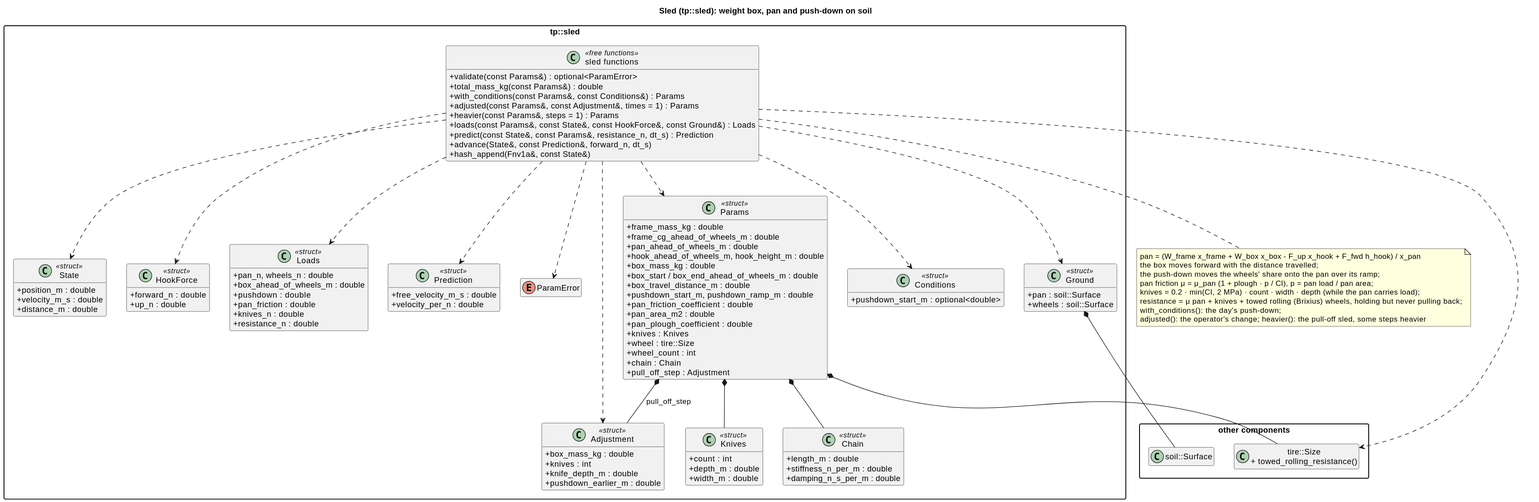
Before: docs/diagrams/svg/sled_classes.svg, a diagram exported from PlantUML (wversteeg/TractorPulling).
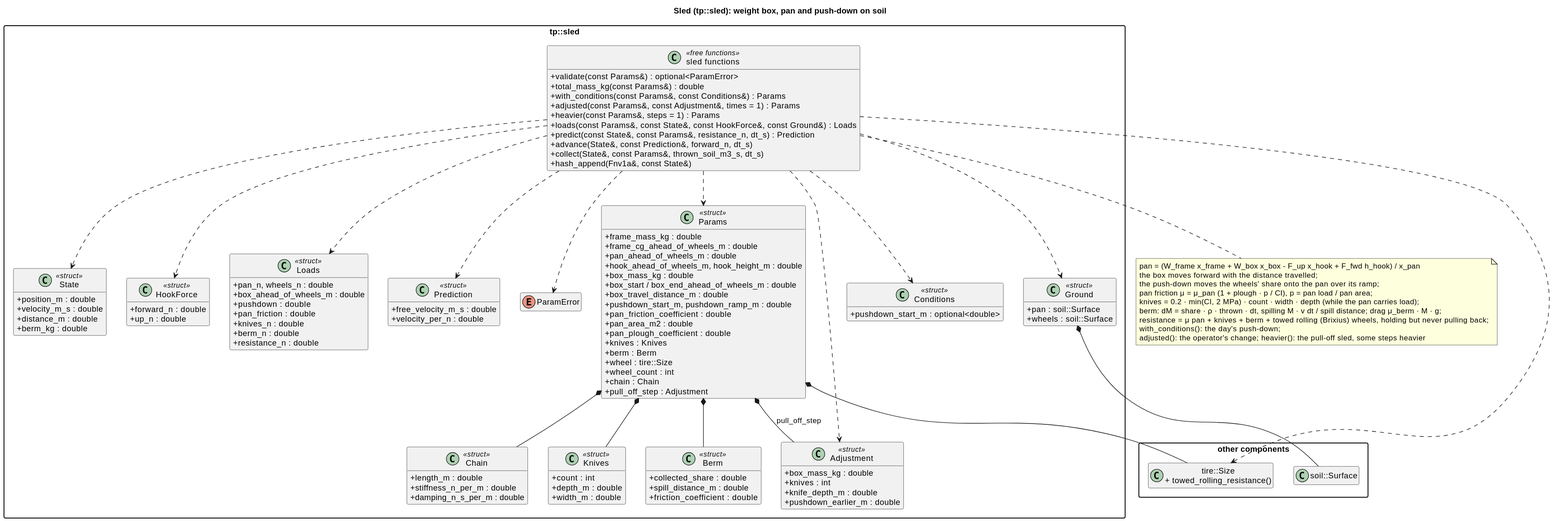
Above is the later version.

Change to the diagram source:
```diff
@@ -23,6 +23,7 @@
     +pan_area_m2 : double
     +pan_plough_coefficient : double
     +knives : Knives
+    +berm : Berm
     +wheel : tire::Size
     +wheel_count : int
     +chain : Chain
@@ -32,6 +33,11 @@
     +count : int
     +depth_m : double
     +width_m : double
+  }
+  class Berm <<struct>> {
+    +collected_share : double
+    +spill_distance_m : double
+    +friction_coefficient : double
   }
   class Adjustment <<struct>> {
     +box_mass_kg : double
@@ -55,6 +61,7 @@
     +position_m : double
     +velocity_m_s : double
     +distance_m : double
+    +berm_kg : double
   }
   class HookForce <<struct>> {
     +forward_n : double
@@ -66,6 +73,7 @@
     +pushdown : double
     +pan_friction : double
     +knives_n : double
+    +berm_n : double
     +resistance_n : double
   }
   class Prediction <<struct>> {
@@ -82,10 +90,12 @@
     +loads(const Params&, const State&, const HookForce&, const Ground&) : Loads
     +predict(const State&, const Params&, resistance_n, dt_s) : Prediction
     +advance(State&, const Prediction&, forward_n, dt_s)
+    +collect(State&, const Params&, thrown_soil_m3_s, dt_s)
     +hash_append(Fnv1a&, const State&)
   }
   Params *-- Chain
   Params *-- Knives
+  Params *-- Berm
   Params *-- Adjustment : pull_off_step
   SledFns ..> Adjustment
   SledFns ..> Params
@@ -103,7 +113,8 @@
   the push-down moves the wheels' share onto the pan over its ramp;
   pan friction μ = μ_pan (1 + plough · p / CI), p = pan load / pan area;
   knives = 0.2 · min(CI, 2 MPa) · count · width · depth (while the pan carries load);
-  resistance = μ pan + knives + towed rolling (Brixius) wheels, holding but never pulling back;
+  berm: dM = share · ρ · thrown · dt, spilling M · v dt / spill distance; drag μ_berm · M · g;
+  resistance = μ pan + knives + berm + towed rolling (Brixius) wheels, holding but never pulling back;
   with_conditions(): the day's push-down;
   adjusted(): the operator's change; heavier(): the pull-off sled, some steps heavier
 end note
```
